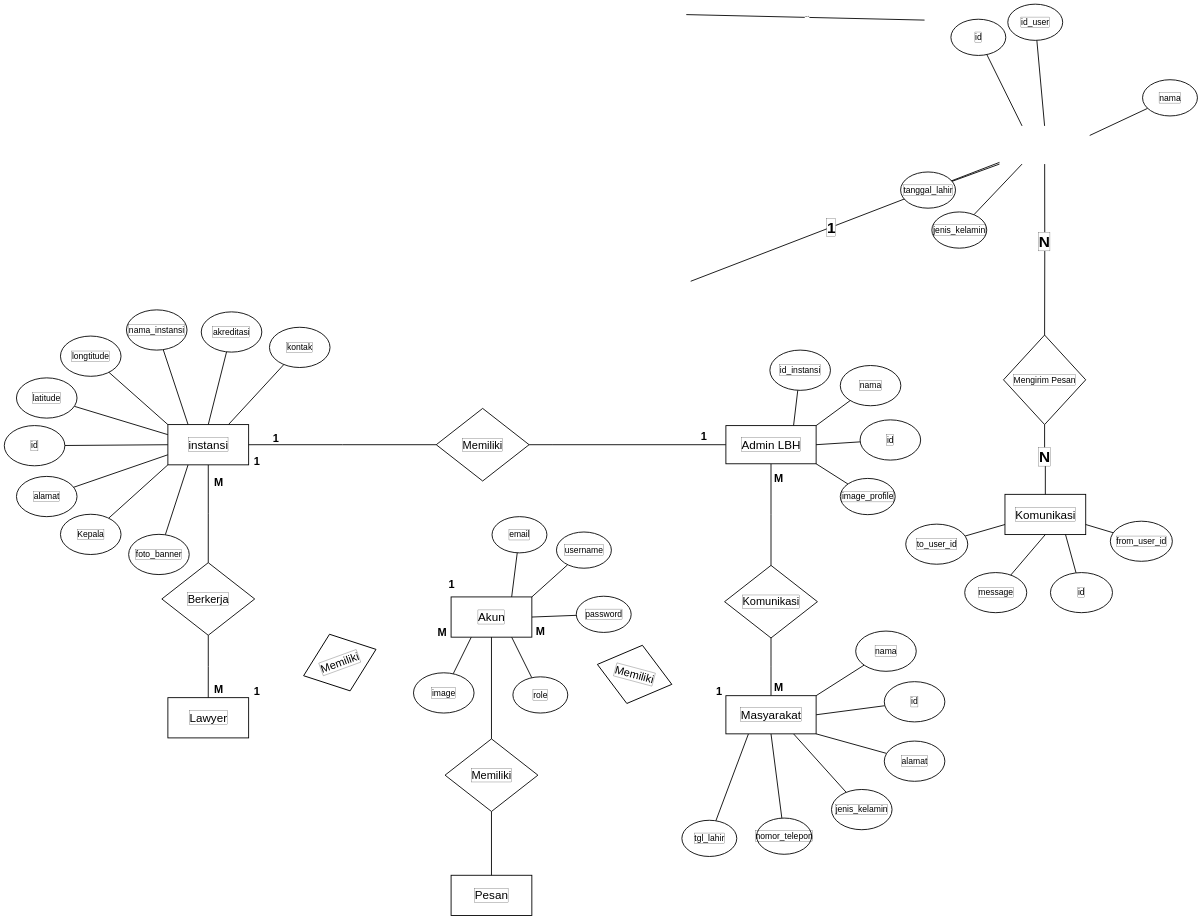
This is page "ERD" (8 of 11) of Arsitektur-Model-PUI.drawio from naufalfirman23/FILE-DIAGRAM, a draw.io file, before an edit. Source tidied: cells renumbered, new cells numbered last; positions are measured from the earlier drawing's top-left corner, leaving out a move shared by most shapes. Both pictures are drawn from the tidied source at 22%, with x=0, y=0 at pixel (4, 4).
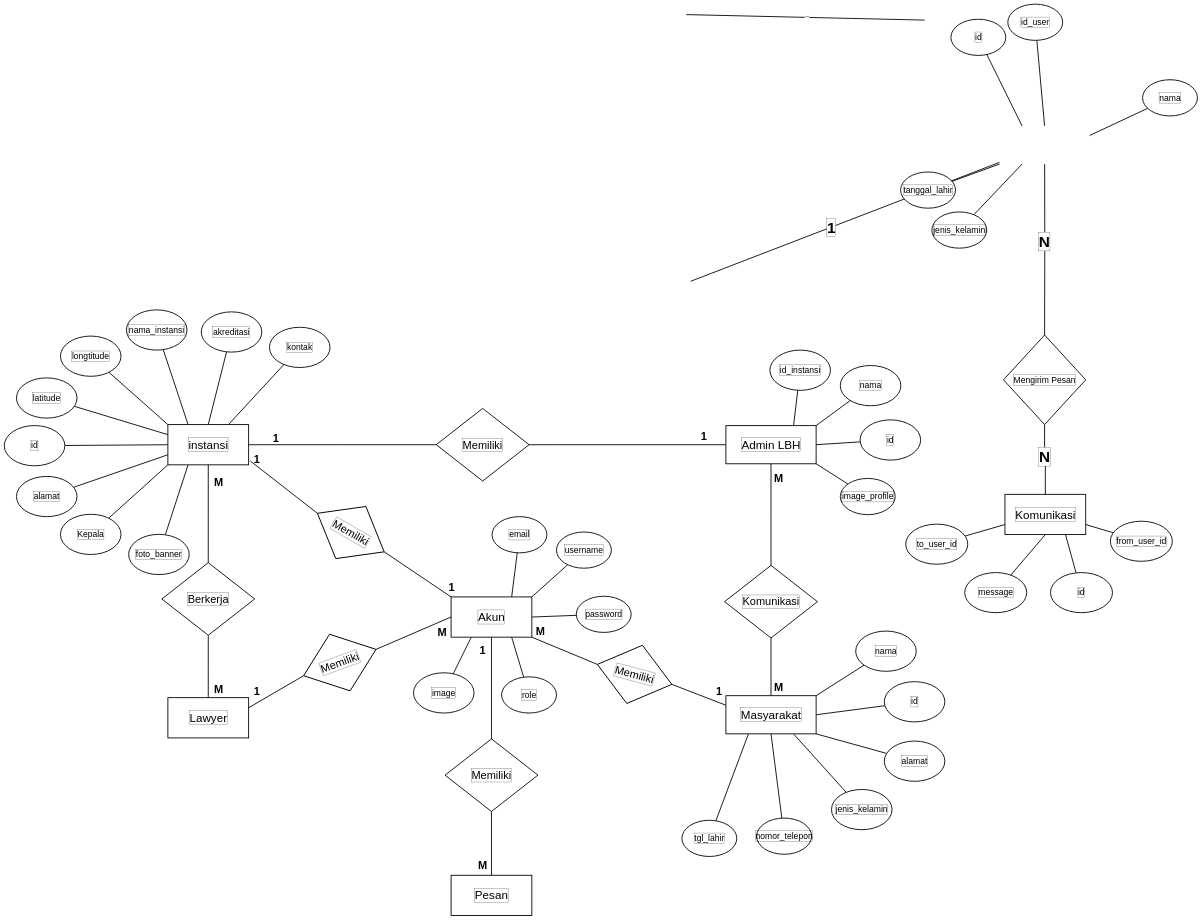
The same page after the edit.

Unchanged cells that the change refers to:
```xml
<mxCell id="86" value="&lt;font&gt;Masyarakat&lt;/font&gt;" style="rounded=0;whiteSpace=wrap;html=1;strokeWidth=4;fontSize=53;labelBorderColor=default;" parent="1" vertex="1">
  <mxGeometry x="3280" y="3143.7" width="410.1" height="173.5" as="geometry" />
</mxCell>
<mxCell id="90" value="Lawyer" style="rounded=0;whiteSpace=wrap;html=1;strokeWidth=4;fontSize=53;labelBorderColor=default;" parent="1" vertex="1">
  <mxGeometry x="743.6" y="3152.7" width="367.1" height="182.9" as="geometry" />
</mxCell>
<mxCell id="97" value="Akun" style="rounded=0;whiteSpace=wrap;html=1;strokeWidth=4;fontSize=53;labelBorderColor=default;" parent="1" vertex="1">
  <mxGeometry x="2030.9" y="2694.8" width="367.1" height="182.9" as="geometry" />
</mxCell>
<mxCell id="108" value="&lt;font&gt;Memiliki&lt;/font&gt;" style="rhombus;whiteSpace=wrap;html=1;strokeWidth=4;fontSize=50;labelBorderColor=default;rotation=-20;" parent="1" vertex="1">
  <mxGeometry x="1350" y="2856.2" width="350.2" height="273.8" as="geometry" />
</mxCell>
<mxCell id="109" value="&lt;font&gt;Memiliki&lt;/font&gt;" style="rhombus;whiteSpace=wrap;html=1;strokeWidth=4;fontSize=50;labelBorderColor=default;rotation=15;" parent="1" vertex="1">
  <mxGeometry x="2690" y="2910" width="350.2" height="273.8" as="geometry" />
</mxCell>
```

Diff of the diagram source:
```diff
@@
     <mxCell id="25" value="role" style="ellipse;whiteSpace=wrap;html=1;strokeWidth=4;fontSize=39;labelBorderColor=default;" parent="1" vertex="1">
-      <mxGeometry x="2311.8" y="3058" width="249.5" height="164.6" as="geometry" />
+      <mxGeometry x="2260.5" y="3058" width="249.5" height="164.6" as="geometry" />
     </mxCell>
@@
     <mxCell id="98" value="1" style="text;html=1;align=center;verticalAlign=middle;whiteSpace=wrap;rounded=0;fontSize=50;fontStyle=1;" parent="1" vertex="1">
-      <mxGeometry x="1118" y="2064.3" width="60" height="30" as="geometry" />
+      <mxGeometry x="1118" y="2054.3" width="60" height="30" as="geometry" />
     </mxCell>
     <mxCell id="99" value="1" style="text;html=1;align=center;verticalAlign=middle;whiteSpace=wrap;rounded=0;fontSize=50;fontStyle=1;" parent="1" vertex="1">
-      <mxGeometry x="2003.4" y="2623.9" width="60" height="30" as="geometry" />
+      <mxGeometry x="2003.4" y="2633.9" width="60" height="30" as="geometry" />
     </mxCell>
@@
+    <mxCell id="110" style="rounded=0;jettySize=auto;html=1;entryX=1;entryY=0.5;entryDx=0;entryDy=0;strokeWidth=4;endArrow=none;startFill=0;exitX=0;exitY=0.25;exitDx=0;exitDy=0;" parent="1" edge="1" source="86" target="109">
+      <mxGeometry relative="1" as="geometry" />
+    </mxCell>
+    <mxCell id="111" style="rounded=0;jettySize=auto;html=1;strokeWidth=4;endArrow=none;startFill=0;exitX=0;exitY=0.5;exitDx=0;exitDy=0;entryX=1;entryY=1;entryDx=0;entryDy=0;" parent="1" edge="1" source="109" target="97">
+      <mxGeometry relative="1" as="geometry" />
+    </mxCell>
+    <mxCell id="112" style="rounded=0;jettySize=auto;html=1;entryX=0;entryY=0.5;entryDx=0;entryDy=0;strokeWidth=4;endArrow=none;startFill=0;exitX=1;exitY=0.5;exitDx=0;exitDy=0;" parent="1" edge="1" source="108" target="97">
+      <mxGeometry relative="1" as="geometry" />
+    </mxCell>
+    <mxCell id="113" style="rounded=0;jettySize=auto;html=1;entryX=0;entryY=0.5;entryDx=0;entryDy=0;strokeWidth=4;endArrow=none;startFill=0;exitX=1;exitY=0.25;exitDx=0;exitDy=0;" parent="1" edge="1" source="90" target="108">
+      <mxGeometry relative="1" as="geometry" />
+    </mxCell>
+    <mxCell id="114" value="&lt;font&gt;Memiliki&lt;/font&gt;" style="rhombus;whiteSpace=wrap;html=1;strokeWidth=4;fontSize=50;labelBorderColor=default;rotation=30;" parent="1" vertex="1">
+      <mxGeometry x="1400" y="2265.3" width="350.2" height="273.8" as="geometry" />
+    </mxCell>
+    <mxCell id="115" style="rounded=0;jettySize=auto;html=1;entryX=0;entryY=0;entryDx=0;entryDy=0;strokeWidth=4;endArrow=none;startFill=0;exitX=1;exitY=0.5;exitDx=0;exitDy=0;" parent="1" edge="1" source="114" target="97">
+      <mxGeometry relative="1" as="geometry" />
+    </mxCell>
+    <mxCell id="116" style="rounded=0;jettySize=auto;html=1;entryX=0;entryY=0.5;entryDx=0;entryDy=0;strokeWidth=4;endArrow=none;startFill=0;exitX=0;exitY=0.75;exitDx=0;exitDy=0;" parent="1" edge="1" source="98" target="114">
+      <mxGeometry relative="1" as="geometry" />
+    </mxCell>
+    <mxCell id="117" value="1" style="text;html=1;align=center;verticalAlign=middle;whiteSpace=wrap;rounded=0;fontSize=50;fontStyle=1;" parent="1" vertex="1">
+      <mxGeometry x="2144.5" y="2920" width="60" height="30" as="geometry" />
+    </mxCell>
+    <mxCell id="118" value="M" style="text;html=1;align=center;verticalAlign=middle;whiteSpace=wrap;rounded=0;fontSize=50;fontStyle=1;" parent="1" vertex="1">
+      <mxGeometry x="2144.5" y="3900" width="60" height="30" as="geometry" />
+    </mxCell>
```
